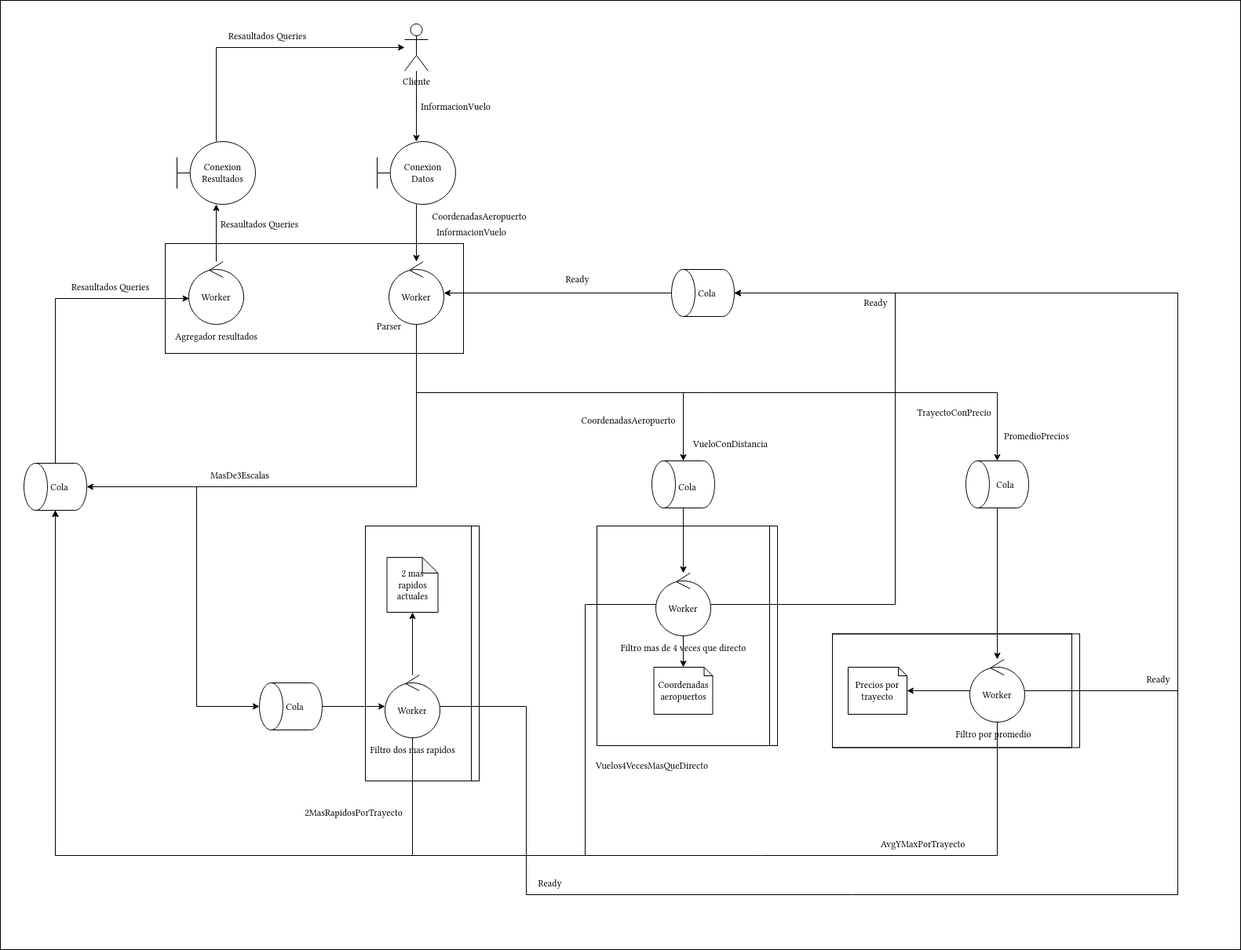
The draw.io diagram img/DiagramaRobustez.png in FranciscoPereira987/tp1-distribuidos-grupo5, before a commit. Source tidied: cells renumbered, new cells last; positions are measured from the earlier drawing's top-left corner, leaving out a move shared by most shapes.
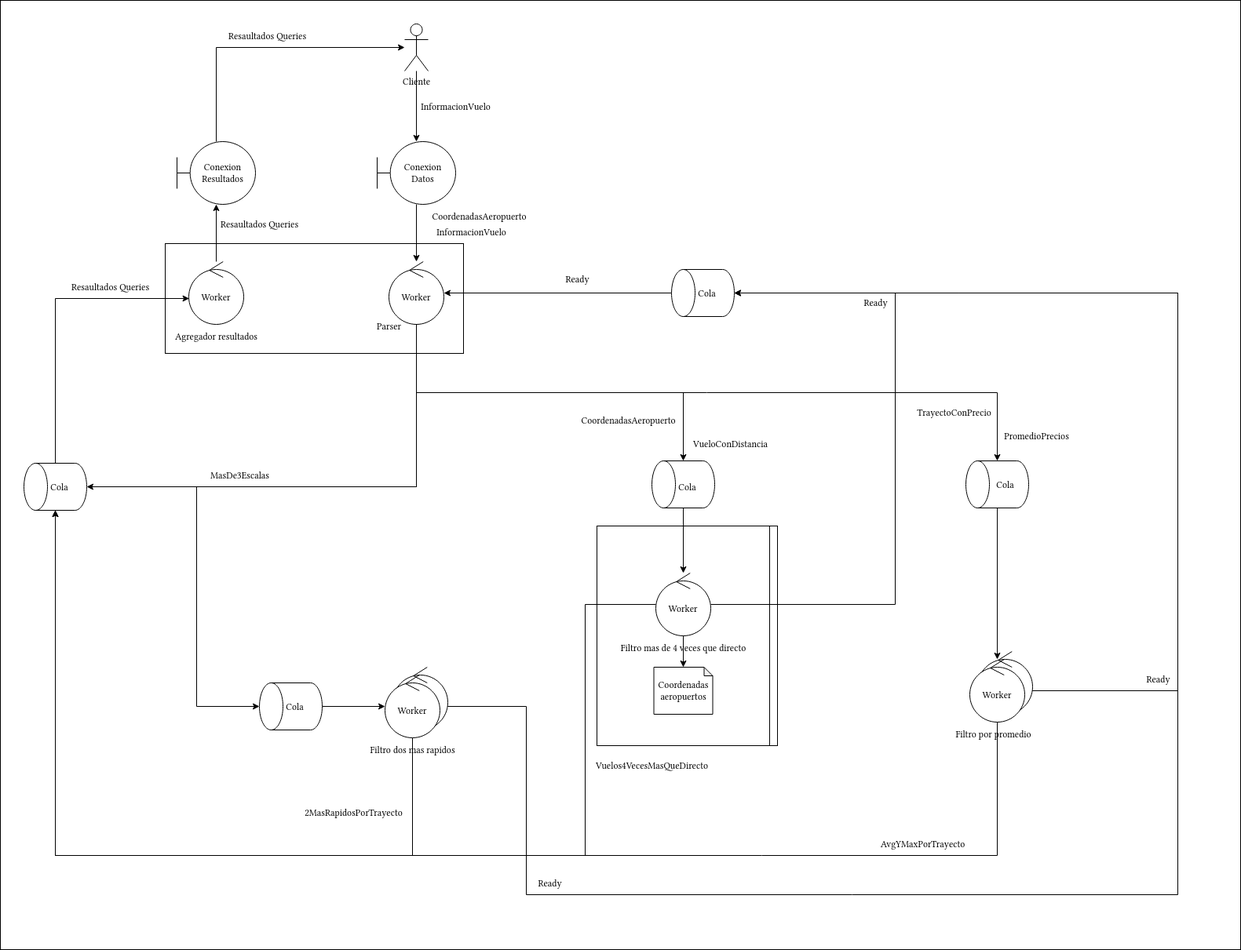
Later version of the same file.

What changed in the source:
```diff
@@ -2,21 +2,9 @@
   <root>
     <mxCell id="0" />
     <mxCell id="1" parent="0" />
-    <mxCell id="2" style="rounded=0;whiteSpace=wrap;html=1;fillColor=none;" parent="1" vertex="1">
-      <mxGeometry x="1060" y="807.5" width="315" height="145" as="geometry" />
-    </mxCell>
-    <mxCell id="3" style="rounded=0;whiteSpace=wrap;html=1;fillColor=none;" parent="1" vertex="1">
-      <mxGeometry x="465" y="670" width="145" height="325" as="geometry" />
-    </mxCell>
     <mxCell id="4" style="rounded=0;whiteSpace=wrap;html=1;fillColor=none;" parent="1" vertex="1">
       <mxGeometry width="1580" height="1210" as="geometry" />
     </mxCell>
-    <mxCell id="5" style="rounded=0;whiteSpace=wrap;html=1;fillColor=none;" parent="1" vertex="1">
-      <mxGeometry x="1060" y="807.5" width="305" height="145" as="geometry" />
-    </mxCell>
-    <mxCell id="6" style="rounded=0;whiteSpace=wrap;html=1;fillColor=none;" parent="1" vertex="1">
-      <mxGeometry x="465" y="670" width="135" height="325" as="geometry" />
-    </mxCell>
     <mxCell id="7" style="rounded=0;whiteSpace=wrap;html=1;fillColor=none;" parent="1" vertex="1">
       <mxGeometry x="210" y="310" width="380" height="140" as="geometry" />
     </mxCell>
@@ -64,9 +52,6 @@
     <mxCell id="19" style="shape=cylinder3;whiteSpace=wrap;html=1;boundedLbl=1;backgroundOutline=1;size=15;rotation=-90;" parent="1" vertex="1">
       <mxGeometry x="40" y="580" width="60" height="80" as="geometry" />
     </mxCell>
-    <mxCell id="20" value="2 mas rapidos actuales" style="shape=note;whiteSpace=wrap;html=1;backgroundOutline=1;darkOpacity=0.05;size=20;" parent="1" vertex="1">
-      <mxGeometry x="492.5" y="710" width="65" height="70" as="geometry" />
-    </mxCell>
     <mxCell id="21" value="Cliente" style="shape=umlActor;verticalLabelPosition=bottom;verticalAlign=top;html=1;outlineConnect=0;" parent="1" vertex="1">
       <mxGeometry x="515" y="30" width="30" height="60" as="geometry" />
     </mxCell>
@@ -88,15 +73,6 @@
     <mxCell id="27" value="Worker" style="ellipse;shape=umlControl;whiteSpace=wrap;html=1;" parent="1" vertex="1">
       <mxGeometry x="495" y="333" width="70" height="80" as="geometry" />
     </mxCell>
-    <mxCell id="28" value="Worker" style="ellipse;shape=umlControl;whiteSpace=wrap;html=1;" parent="1" vertex="1">
-      <mxGeometry x="490" y="860" width="70" height="80" as="geometry" />
-    </mxCell>
-    <mxCell id="29" style="edgeStyle=orthogonalEdgeStyle;rounded=0;jettySize=auto;html=1;" parent="1" edge="1" source="30" target="75">
-      <mxGeometry relative="1" as="geometry" />
-    </mxCell>
-    <mxCell id="30" value="Worker" style="ellipse;shape=umlControl;whiteSpace=wrap;html=1;" parent="1" vertex="1">
-      <mxGeometry x="1235" y="840" width="70" height="80" as="geometry" />
-    </mxCell>
     <mxCell id="31" style="edgeStyle=orthogonalEdgeStyle;rounded=0;jettySize=auto;html=1;" parent="1" edge="1" source="32" target="56">
       <mxGeometry relative="1" as="geometry">
         <Array as="points">
@@ -230,9 +206,6 @@
     <mxCell id="61" value="AvgYMaxPorTrayecto" style="text;html=1;align=center;verticalAlign=middle;strokeColor=none;fillColor=none;" parent="1" vertex="1">
       <mxGeometry x="1105" y="1060" width="140" height="30" as="geometry" />
     </mxCell>
-    <mxCell id="62" style="endArrow=classic;html=1;rounded=0;" parent="1" edge="1" source="28" target="20">
-      <mxGeometry relative="1" as="geometry" />
-    </mxCell>
     <mxCell id="63" style="endArrow=classic;html=1;rounded=0;entryX=0.5;entryY=1;entryDx=0;entryDy=0;entryPerimeter=0;" parent="1" edge="1" source="28" target="67">
       <mxGeometry relative="1" as="geometry">
         <Array as="points">
@@ -286,8 +259,17 @@
     <mxCell id="74" style="edgeStyle=orthogonalEdgeStyle;rounded=0;jettySize=auto;html=1;" parent="1" edge="1" source="56" target="22">
       <mxGeometry relative="1" as="geometry" />
     </mxCell>
-    <mxCell id="75" value="Precios por trayecto" style="shape=note;whiteSpace=wrap;html=1;backgroundOutline=1;darkOpacity=0.05;size=11;" parent="1" vertex="1">
-      <mxGeometry x="1080" y="850" width="75" height="60" as="geometry" />
-    </mxCell>
+    <mxCell id="76" value="Worker" style="ellipse;shape=umlControl;whiteSpace=wrap;html=1;" parent="1" vertex="1">
+      <mxGeometry x="1245" y="830" width="70" height="80" as="geometry" />
+    </mxCell>
+    <mxCell id="30" value="Worker" style="ellipse;shape=umlControl;whiteSpace=wrap;html=1;" parent="1" vertex="1">
+      <mxGeometry x="1235" y="840" width="70" height="80" as="geometry" />
+    </mxCell>
+    <mxCell id="77" value="Worker" style="ellipse;shape=umlControl;whiteSpace=wrap;html=1;" parent="1" vertex="1">
+      <mxGeometry x="500" y="850" width="70" height="80" as="geometry" />
+    </mxCell>
+    <mxCell id="28" value="Worker" style="ellipse;shape=umlControl;whiteSpace=wrap;html=1;" parent="1" vertex="1">
+      <mxGeometry x="490" y="860" width="70" height="80" as="geometry" />
+    </mxCell>
   </root>
 </mxGraphModel>
```
